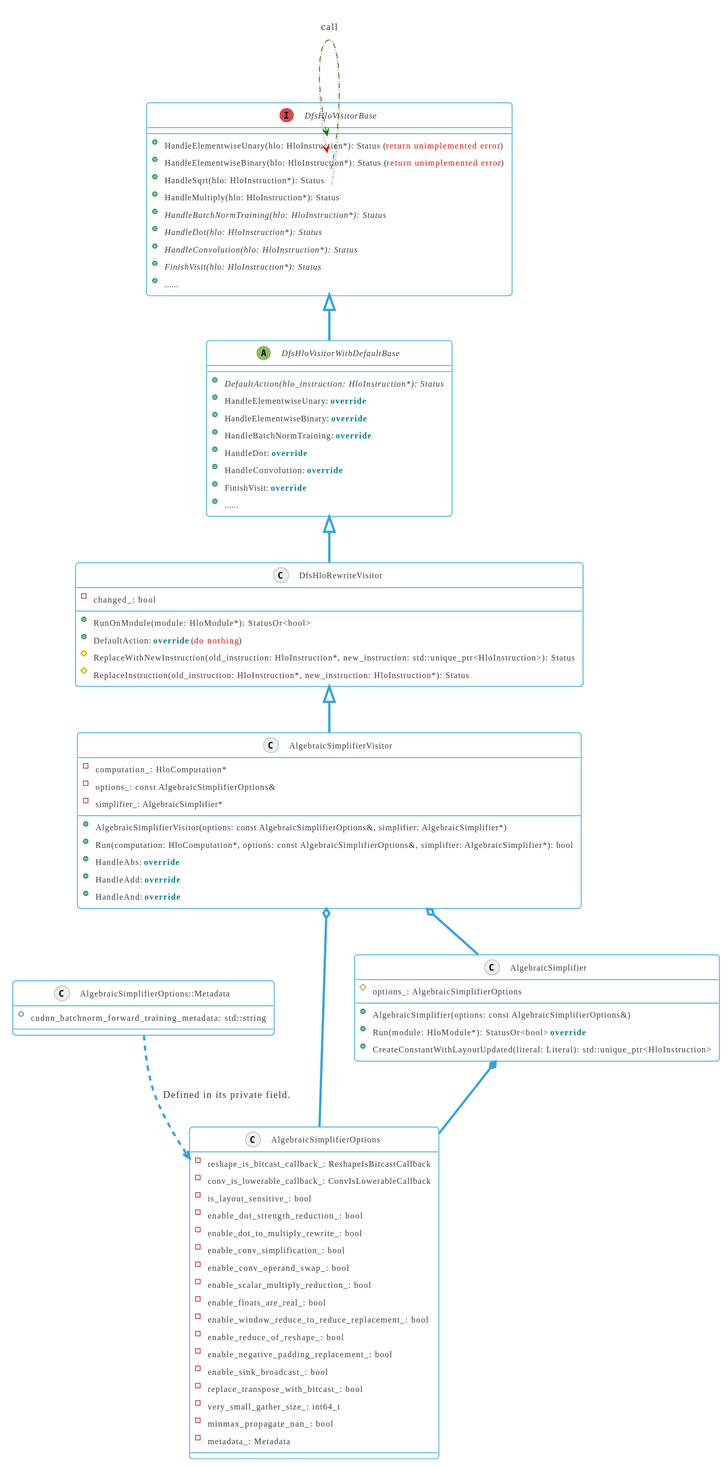
The PlantUML diagram images/posts/xla/algebraic_simplifier.svg in wzzju/wzzju.github.io, before a commit. The source it was exported from:
```plantuml
@startuml AlgebraicSimplifier
!theme cerulean-outline

class AlgebraicSimplifierOptions {
    - {field} reshape_is_bitcast_callback_: ReshapeIsBitcastCallback
    - {field} conv_is_lowerable_callback_: ConvIsLowerableCallback
    - {field} is_layout_sensitive_: bool
    - {field} enable_dot_strength_reduction_: bool
    - {field} enable_dot_to_multiply_rewrite_: bool
    - {field} enable_conv_simplification_: bool
    - {field} enable_conv_operand_swap_: bool
    - {field} enable_scalar_multiply_reduction_: bool
    - {field} enable_floats_are_real_: bool
    - {field} enable_window_reduce_to_reduce_replacement_: bool
    - {field} enable_reduce_of_reshape_: bool
    - {field} enable_negative_padding_replacement_: bool
    - {field} enable_sink_broadcast_: bool
    - {field} replace_transpose_with_bitcast_: bool
    - {field} very_small_gather_size_: int64_t
    - {field} minmax_propagate_nan_: bool
    - {field} metadata_: Metadata
}

class AlgebraicSimplifierOptions::Metadata {
  + cudnn_batchnorm_forward_training_metadata: std::string
}


class AlgebraicSimplifier {
    + AlgebraicSimplifier(options: const AlgebraicSimplifierOptions&)
    + Run(module: HloModule*): StatusOr<bool> <b><color:#008080>override</color></b>
    + CreateConstantWithLayoutUpdated(literal: Literal): std::unique_ptr<HloInstruction>
    # {field} options_: AlgebraicSimplifierOptions
}

Interface DfsHloVisitorBase {
    + {method} HandleElementwiseUnary(hlo: HloInstruction*): Status (<color:Red>return unimplemented error</color>)
    + {method} HandleElementwiseBinary(hlo: HloInstruction*): Status (<color:Red>return unimplemented error</color>)
    + {method} HandleSqrt(hlo: HloInstruction*): Status
    + {method} HandleMultiply(hlo: HloInstruction*): Status
    + {abstract} HandleBatchNormTraining(hlo: HloInstruction*): Status
    + {abstract} HandleDot(hlo: HloInstruction*): Status
    + {abstract} HandleConvolution(hlo: HloInstruction*): Status
    + {abstract} FinishVisit(hlo: HloInstruction*): Status
    + {method} ......
}
DfsHloVisitorBase::HandleSqrt -[#green,dashed,thickness=1]-> DfsHloVisitorBase::HandleElementwiseUnary : call
DfsHloVisitorBase::HandleMultiply -[#red,dotted,thickness=1]-> DfsHloVisitorBase::HandleElementwiseBinary

abstract class DfsHloVisitorWithDefaultBase {
    + {abstract} DefaultAction(hlo_instruction: HloInstruction*): Status
    + {method} HandleElementwiseUnary: <b><color:#008080>override</color></b>
    + {method} HandleElementwiseBinary: <b><color:#008080>override</color></b>
    + {method} HandleBatchNormTraining: <b><color:#008080>override</color></b>
    + {method} HandleDot: <b><color:#008080>override</color></b>
    + {method} HandleConvolution: <b><color:#008080>override</color></b>
    + {method} FinishVisit: <b><color:#008080>override</color></b>
    + {method} ......
}

class DfsHloRewriteVisitor {
    + {method} RunOnModule(module: HloModule*): StatusOr<bool>
    + {method} DefaultAction: <b><color:#008080>override</color></b> (<color:Red>do nothing</color>)
    # {method} ReplaceWithNewInstruction(old_instruction: HloInstruction*, new_instruction: std::unique_ptr<HloInstruction>): Status
    # {method} ReplaceInstruction(old_instruction: HloInstruction*, new_instruction: HloInstruction*): Status
    - {field} changed_: bool

}

class AlgebraicSimplifierVisitor {
  + {method} AlgebraicSimplifierVisitor(options: const AlgebraicSimplifierOptions&, simplifier: AlgebraicSimplifier*)
  + {method} Run(computation: HloComputation*, options: const AlgebraicSimplifierOptions&, simplifier: AlgebraicSimplifier*): bool
  + {method} HandleAbs: <b><color:#008080>override</color></b>
  + {method} HandleAdd: <b><color:#008080>override</color></b>
  + {method} HandleAnd: <b><color:#008080>override</color></b>
  - {field} computation_: HloComputation*
  - {field} options_: const AlgebraicSimplifierOptions&
  - {field} simplifier_: AlgebraicSimplifier*
}

AlgebraicSimplifier *-- AlgebraicSimplifierOptions
AlgebraicSimplifierVisitor o-- AlgebraicSimplifierOptions
AlgebraicSimplifierVisitor o-- AlgebraicSimplifier
DfsHloRewriteVisitor <|-- AlgebraicSimplifierVisitor
AlgebraicSimplifierOptions::Metadata -[dashed]-> AlgebraicSimplifierOptions : Defined in its private field.
DfsHloVisitorWithDefaultBase <|-- DfsHloRewriteVisitor
DfsHloVisitorBase <|-- DfsHloVisitorWithDefaultBase
@enduml
```
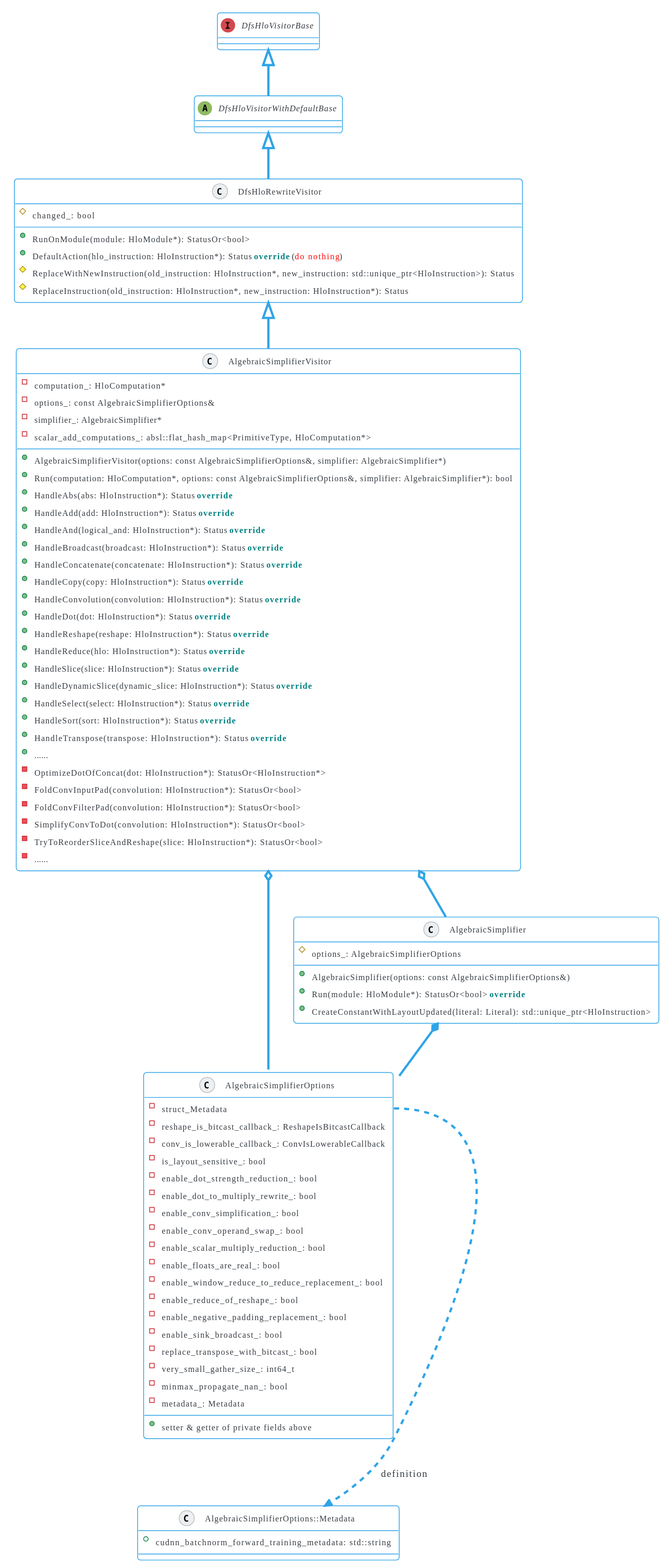
After the commit.

What changed in the source:
```diff
@@ -1,7 +1,8 @@
-@startuml AlgebraicSimplifier
+@startuml algebraic_simplifier
 !theme cerulean-outline
 
 class AlgebraicSimplifierOptions {
+    - struct_Metadata
     - {field} reshape_is_bitcast_callback_: ReshapeIsBitcastCallback
     - {field} conv_is_lowerable_callback_: ConvIsLowerableCallback
     - {field} is_layout_sensitive_: bool
@@ -19,6 +20,7 @@
     - {field} very_small_gather_size_: int64_t
     - {field} minmax_propagate_nan_: bool
     - {field} metadata_: Metadata
+    + {method} setter & getter of private fields above
 }
 
 class AlgebraicSimplifierOptions::Metadata {
@@ -33,56 +35,56 @@
     # {field} options_: AlgebraicSimplifierOptions
 }
 
-Interface DfsHloVisitorBase {
-    + {method} HandleElementwiseUnary(hlo: HloInstruction*): Status (<color:Red>return unimplemented error</color>)
-    + {method} HandleElementwiseBinary(hlo: HloInstruction*): Status (<color:Red>return unimplemented error</color>)
-    + {method} HandleSqrt(hlo: HloInstruction*): Status
-    + {method} HandleMultiply(hlo: HloInstruction*): Status
-    + {abstract} HandleBatchNormTraining(hlo: HloInstruction*): Status
-    + {abstract} HandleDot(hlo: HloInstruction*): Status
-    + {abstract} HandleConvolution(hlo: HloInstruction*): Status
-    + {abstract} FinishVisit(hlo: HloInstruction*): Status
-    + {method} ......
-}
-DfsHloVisitorBase::HandleSqrt -[#green,dashed,thickness=1]-> DfsHloVisitorBase::HandleElementwiseUnary : call
-DfsHloVisitorBase::HandleMultiply -[#red,dotted,thickness=1]-> DfsHloVisitorBase::HandleElementwiseBinary
+Interface DfsHloVisitorBase
 
-abstract class DfsHloVisitorWithDefaultBase {
-    + {abstract} DefaultAction(hlo_instruction: HloInstruction*): Status
-    + {method} HandleElementwiseUnary: <b><color:#008080>override</color></b>
-    + {method} HandleElementwiseBinary: <b><color:#008080>override</color></b>
-    + {method} HandleBatchNormTraining: <b><color:#008080>override</color></b>
-    + {method} HandleDot: <b><color:#008080>override</color></b>
-    + {method} HandleConvolution: <b><color:#008080>override</color></b>
-    + {method} FinishVisit: <b><color:#008080>override</color></b>
-    + {method} ......
-}
+
+abstract class DfsHloVisitorWithDefaultBase
+
 
 class DfsHloRewriteVisitor {
     + {method} RunOnModule(module: HloModule*): StatusOr<bool>
-    + {method} DefaultAction: <b><color:#008080>override</color></b> (<color:Red>do nothing</color>)
+    + {method} DefaultAction(hlo_instruction: HloInstruction*): Status <b><color:#008080>override</color></b> (<color:Red>do nothing</color>)
     # {method} ReplaceWithNewInstruction(old_instruction: HloInstruction*, new_instruction: std::unique_ptr<HloInstruction>): Status
     # {method} ReplaceInstruction(old_instruction: HloInstruction*, new_instruction: HloInstruction*): Status
-    - {field} changed_: bool
-
+    # {field} changed_: bool
 }
 
 class AlgebraicSimplifierVisitor {
   + {method} AlgebraicSimplifierVisitor(options: const AlgebraicSimplifierOptions&, simplifier: AlgebraicSimplifier*)
   + {method} Run(computation: HloComputation*, options: const AlgebraicSimplifierOptions&, simplifier: AlgebraicSimplifier*): bool
-  + {method} HandleAbs: <b><color:#008080>override</color></b>
-  + {method} HandleAdd: <b><color:#008080>override</color></b>
-  + {method} HandleAnd: <b><color:#008080>override</color></b>
+  + {method} HandleAbs(abs: HloInstruction*): Status <b><color:#008080>override</color></b>
+  + {method} HandleAdd(add: HloInstruction*): Status <b><color:#008080>override</color></b>
+  + {method} HandleAnd(logical_and: HloInstruction*): Status <b><color:#008080>override</color></b>
+  + {method} HandleBroadcast(broadcast: HloInstruction*): Status <b><color:#008080>override</color></b>
+  + {method} HandleConcatenate(concatenate: HloInstruction*): Status <b><color:#008080>override</color></b>
+  + {method} HandleCopy(copy: HloInstruction*): Status <b><color:#008080>override</color></b>
+  + {method} HandleConvolution(convolution: HloInstruction*): Status <b><color:#008080>override</color></b>
+  + {method} HandleDot(dot: HloInstruction*): Status <b><color:#008080>override</color></b>
+  + {method} HandleReshape(reshape: HloInstruction*): Status <b><color:#008080>override</color></b>
+  + {method} HandleReduce(hlo: HloInstruction*): Status <b><color:#008080>override</color></b>
+  + {method} HandleSlice(slice: HloInstruction*): Status <b><color:#008080>override</color></b>
+  + {method} HandleDynamicSlice(dynamic_slice: HloInstruction*): Status <b><color:#008080>override</color></b>
+  + {method} HandleSelect(select: HloInstruction*): Status <b><color:#008080>override</color></b>
+  + {method} HandleSort(sort: HloInstruction*): Status <b><color:#008080>override</color></b>
+  + {method} HandleTranspose(transpose: HloInstruction*): Status <b><color:#008080>override</color></b>
+  + {method} ......
+  - {method} OptimizeDotOfConcat(dot: HloInstruction*): StatusOr<HloInstruction*>
+  - {method} FoldConvInputPad(convolution: HloInstruction*): StatusOr<bool>
+  - {method} FoldConvFilterPad(convolution: HloInstruction*): StatusOr<bool>
+  - {method} SimplifyConvToDot(convolution: HloInstruction*): StatusOr<bool>
+  - {method} TryToReorderSliceAndReshape(slice: HloInstruction*): StatusOr<bool>
+  - {method} ......
   - {field} computation_: HloComputation*
   - {field} options_: const AlgebraicSimplifierOptions&
   - {field} simplifier_: AlgebraicSimplifier*
+  - {field} scalar_add_computations_: absl::flat_hash_map<PrimitiveType, HloComputation*>
 }
 
 AlgebraicSimplifier *-- AlgebraicSimplifierOptions
 AlgebraicSimplifierVisitor o-- AlgebraicSimplifierOptions
 AlgebraicSimplifierVisitor o-- AlgebraicSimplifier
 DfsHloRewriteVisitor <|-- AlgebraicSimplifierVisitor
-AlgebraicSimplifierOptions::Metadata -[dashed]-> AlgebraicSimplifierOptions : Defined in its private field.
+AlgebraicSimplifierOptions::struct_Metadata -[dashed]-> AlgebraicSimplifierOptions::Metadata  : definition
 DfsHloVisitorWithDefaultBase <|-- DfsHloRewriteVisitor
 DfsHloVisitorBase <|-- DfsHloVisitorWithDefaultBase
 @enduml
```
